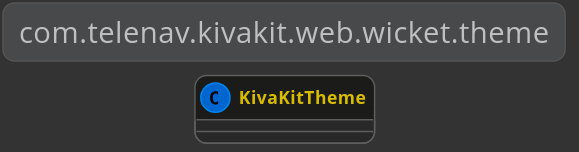
The PlantUML diagram kivakit-web/wicket/documentation/diagrams/com.telenav.kivakit.web.wicket.theme.svg in Telenav/kivakit, before a commit. Source of this version:
```plantuml
@startuml

    !include ../lexakai/lexakai.theme

    title "com.telenav.kivakit.web.wicket.theme"

    class KivaKitTheme
    {
    }

@enduml
```
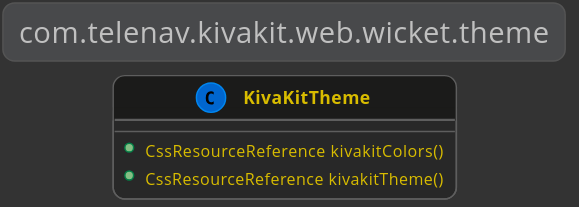
The same file after the commit.

Diff of the diagram source:
```diff
@@ -6,6 +6,9 @@
 
     class KivaKitTheme
     {
+        --
+        +CssResourceReference kivakitColors()
+        +CssResourceReference kivakitTheme()
     }
 
 @enduml
```
